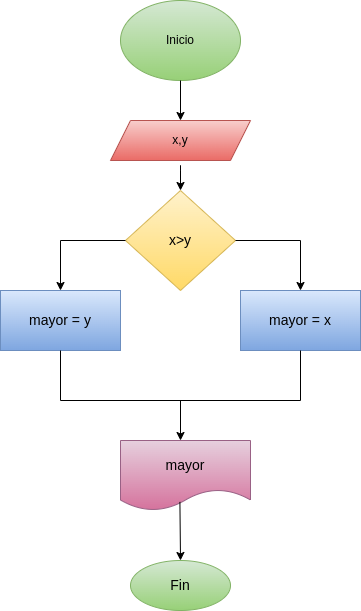
The draw.io diagram diagrama.png in mariaangeli/mayor_2enteros, before a commit. Source tidied: cells renumbered, new cells last; positions are measured from the earlier drawing's top-left corner, leaving out a move shared by most shapes. The source it was exported from:
```xml
<mxGraphModel>
  <root>
    <mxCell id="0" />
    <mxCell id="1" parent="0" />
    <mxCell id="2" value="&lt;font color=&quot;#000000&quot;&gt;Inicio&lt;/font&gt;" style="ellipse;whiteSpace=wrap;html=1;fillColor=#d5e8d4;gradientColor=#97d077;strokeColor=#82b366;" parent="1" vertex="1">
      <mxGeometry x="120" width="120" height="80" as="geometry" />
    </mxCell>
    <mxCell id="3" style="endArrow=classic;html=1;exitX=0.5;exitY=1;exitDx=0;exitDy=0;" parent="1" edge="1" source="2">
      <mxGeometry relative="1" as="geometry">
        <mxPoint x="180" y="120" as="targetPoint" />
      </mxGeometry>
    </mxCell>
    <mxCell id="4" value="&lt;font color=&quot;#000000&quot;&gt;x,y&lt;/font&gt;" style="shape=parallelogram;perimeter=parallelogramPerimeter;whiteSpace=wrap;html=1;fixedSize=1;fillColor=#f8cecc;gradientColor=#ea6b66;strokeColor=#b85450;" parent="1" vertex="1">
      <mxGeometry x="110" y="120" width="140" height="40" as="geometry" />
    </mxCell>
    <mxCell id="5" style="endArrow=classic;html=1;entryX=0.5;entryY=0;entryDx=0;entryDy=0;" parent="1" edge="1" target="6">
      <mxGeometry relative="1" as="geometry">
        <mxPoint x="180" y="180" as="sourcePoint" />
        <Array as="points">
          <mxPoint x="180" y="160" />
        </Array>
      </mxGeometry>
    </mxCell>
    <mxCell id="6" value="&lt;font color=&quot;#000000&quot; style=&quot;font-size: 14px;&quot;&gt;x&amp;gt;y&lt;/font&gt;" style="rhombus;whiteSpace=wrap;html=1;fillColor=#fff2cc;gradientColor=#ffd966;strokeColor=#d6b656;" parent="1" vertex="1">
      <mxGeometry x="125" y="190" width="110" height="100" as="geometry" />
    </mxCell>
    <mxCell id="7" style="endArrow=none;html=1;fontSize=14;exitX=1;exitY=0.5;exitDx=0;exitDy=0;" parent="1" edge="1" source="6">
      <mxGeometry relative="1" as="geometry">
        <mxPoint x="300" y="240" as="targetPoint" />
      </mxGeometry>
    </mxCell>
    <mxCell id="8" style="endArrow=classic;html=1;fontSize=14;" parent="1" edge="1" target="9">
      <mxGeometry relative="1" as="geometry">
        <mxPoint x="300" y="240" as="sourcePoint" />
      </mxGeometry>
    </mxCell>
    <mxCell id="9" value="&lt;font color=&quot;#000000&quot;&gt;mayor = x&lt;/font&gt;" style="rounded=0;whiteSpace=wrap;html=1;fontSize=14;fillColor=#dae8fc;gradientColor=#7ea6e0;strokeColor=#6c8ebf;" parent="1" vertex="1">
      <mxGeometry x="240" y="290" width="120" height="60" as="geometry" />
    </mxCell>
    <mxCell id="10" style="endArrow=none;html=1;fontSize=14;entryX=0;entryY=0.5;entryDx=0;entryDy=0;" parent="1" edge="1" target="6">
      <mxGeometry relative="1" as="geometry">
        <mxPoint x="60" y="240" as="sourcePoint" />
      </mxGeometry>
    </mxCell>
    <mxCell id="11" style="endArrow=classic;html=1;fontSize=14;" parent="1" edge="1" target="12">
      <mxGeometry relative="1" as="geometry">
        <mxPoint x="60" y="240" as="sourcePoint" />
      </mxGeometry>
    </mxCell>
    <mxCell id="12" value="&lt;font color=&quot;#000000&quot;&gt;mayor = y&lt;/font&gt;" style="rounded=0;whiteSpace=wrap;html=1;fontSize=14;fillColor=#dae8fc;gradientColor=#7ea6e0;strokeColor=#6c8ebf;" parent="1" vertex="1">
      <mxGeometry y="290" width="120" height="60" as="geometry" />
    </mxCell>
    <mxCell id="13" style="endArrow=none;html=1;fontSize=14;entryX=0.5;entryY=1;entryDx=0;entryDy=0;" parent="1" edge="1" target="9">
      <mxGeometry relative="1" as="geometry">
        <mxPoint x="300" y="400" as="sourcePoint" />
      </mxGeometry>
    </mxCell>
    <mxCell id="14" style="endArrow=none;html=1;fontSize=14;exitX=0.5;exitY=1;exitDx=0;exitDy=0;" parent="1" edge="1" source="12">
      <mxGeometry relative="1" as="geometry">
        <mxPoint x="60" y="400" as="targetPoint" />
      </mxGeometry>
    </mxCell>
    <mxCell id="15" style="endArrow=none;html=1;fontSize=14;" parent="1" edge="1">
      <mxGeometry relative="1" as="geometry">
        <mxPoint x="60" y="400" as="sourcePoint" />
        <mxPoint x="300" y="400" as="targetPoint" />
      </mxGeometry>
    </mxCell>
    <mxCell id="16" style="endArrow=classic;html=1;fontSize=14;" parent="1" edge="1">
      <mxGeometry relative="1" as="geometry">
        <mxPoint x="180" y="400" as="sourcePoint" />
        <mxPoint x="180" y="440" as="targetPoint" />
      </mxGeometry>
    </mxCell>
    <mxCell id="17" value="&lt;font color=&quot;#000000&quot;&gt;mayor&lt;/font&gt;" style="shape=document;whiteSpace=wrap;html=1;boundedLbl=1;fontSize=14;fillColor=#e6d0de;gradientColor=#d5739d;strokeColor=#996185;" parent="1" vertex="1">
      <mxGeometry x="120" y="440" width="130" height="70" as="geometry" />
    </mxCell>
    <mxCell id="18" style="endArrow=classic;html=1;fontSize=14;exitX=0.457;exitY=0.877;exitDx=0;exitDy=0;exitPerimeter=0;" parent="1" edge="1" source="17">
      <mxGeometry relative="1" as="geometry">
        <mxPoint x="180" y="560" as="targetPoint" />
      </mxGeometry>
    </mxCell>
    <mxCell id="19" value="&lt;font color=&quot;#000000&quot;&gt;Fin&lt;/font&gt;" style="ellipse;whiteSpace=wrap;html=1;fontSize=14;fillColor=#d5e8d4;gradientColor=#97d077;strokeColor=#82b366;" parent="1" vertex="1">
      <mxGeometry x="130" y="560" width="100" height="50" as="geometry" />
    </mxCell>
  </root>
</mxGraphModel>
```
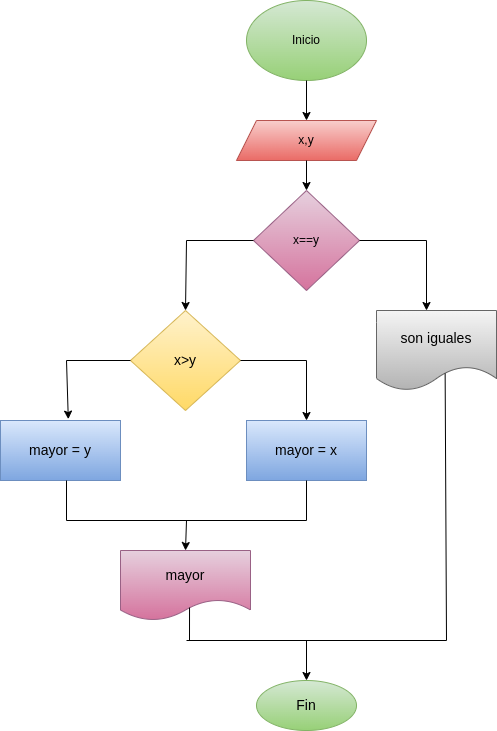
The same file after the commit.

Commit message:
Se agrego diagrama, programa y README

The edit, as a diff of the source:
```diff
@@ -13,75 +13,113 @@
     <mxCell id="4" value="&lt;font color=&quot;#000000&quot;&gt;x,y&lt;/font&gt;" style="shape=parallelogram;perimeter=parallelogramPerimeter;whiteSpace=wrap;html=1;fixedSize=1;fillColor=#f8cecc;gradientColor=#ea6b66;strokeColor=#b85450;" parent="1" vertex="1">
       <mxGeometry x="110" y="120" width="140" height="40" as="geometry" />
     </mxCell>
-    <mxCell id="5" style="endArrow=classic;html=1;entryX=0.5;entryY=0;entryDx=0;entryDy=0;" parent="1" edge="1" target="6">
-      <mxGeometry relative="1" as="geometry">
-        <mxPoint x="180" y="180" as="sourcePoint" />
-        <Array as="points">
-          <mxPoint x="180" y="160" />
-        </Array>
-      </mxGeometry>
-    </mxCell>
+    <mxCell id="9" value="&lt;font color=&quot;#000000&quot;&gt;mayor = x&lt;/font&gt;" style="rounded=0;whiteSpace=wrap;html=1;fontSize=14;fillColor=#dae8fc;gradientColor=#7ea6e0;strokeColor=#6c8ebf;" parent="1" vertex="1">
+      <mxGeometry x="120" y="420" width="120" height="60" as="geometry" />
+    </mxCell>
+    <mxCell id="12" value="&lt;font color=&quot;#000000&quot;&gt;mayor = y&lt;/font&gt;" style="rounded=0;whiteSpace=wrap;html=1;fontSize=14;fillColor=#dae8fc;gradientColor=#7ea6e0;strokeColor=#6c8ebf;" parent="1" vertex="1">
+      <mxGeometry x="-126" y="420" width="120" height="60" as="geometry" />
+    </mxCell>
+    <mxCell id="17" value="&lt;font color=&quot;#000000&quot;&gt;mayor&lt;/font&gt;" style="shape=document;whiteSpace=wrap;html=1;boundedLbl=1;fontSize=14;fillColor=#e6d0de;gradientColor=#d5739d;strokeColor=#996185;" parent="1" vertex="1">
+      <mxGeometry x="-6" y="550" width="130" height="70" as="geometry" />
+    </mxCell>
+    <mxCell id="19" value="&lt;font color=&quot;#000000&quot;&gt;Fin&lt;/font&gt;" style="ellipse;whiteSpace=wrap;html=1;fontSize=14;fillColor=#d5e8d4;gradientColor=#97d077;strokeColor=#82b366;" parent="1" vertex="1">
+      <mxGeometry x="130" y="680" width="100" height="50" as="geometry" />
+    </mxCell>
     <mxCell id="6" value="&lt;font color=&quot;#000000&quot; style=&quot;font-size: 14px;&quot;&gt;x&amp;gt;y&lt;/font&gt;" style="rhombus;whiteSpace=wrap;html=1;fillColor=#fff2cc;gradientColor=#ffd966;strokeColor=#d6b656;" parent="1" vertex="1">
-      <mxGeometry x="125" y="190" width="110" height="100" as="geometry" />
+      <mxGeometry x="4" y="310" width="110" height="100" as="geometry" />
     </mxCell>
-    <mxCell id="7" style="endArrow=none;html=1;fontSize=14;exitX=1;exitY=0.5;exitDx=0;exitDy=0;" parent="1" edge="1" source="6">
-      <mxGeometry relative="1" as="geometry">
-        <mxPoint x="300" y="240" as="targetPoint" />
-      </mxGeometry>
-    </mxCell>
-    <mxCell id="8" style="endArrow=classic;html=1;fontSize=14;" parent="1" edge="1" target="9">
-      <mxGeometry relative="1" as="geometry">
-        <mxPoint x="300" y="240" as="sourcePoint" />
-      </mxGeometry>
-    </mxCell>
-    <mxCell id="9" value="&lt;font color=&quot;#000000&quot;&gt;mayor = x&lt;/font&gt;" style="rounded=0;whiteSpace=wrap;html=1;fontSize=14;fillColor=#dae8fc;gradientColor=#7ea6e0;strokeColor=#6c8ebf;" parent="1" vertex="1">
-      <mxGeometry x="240" y="290" width="120" height="60" as="geometry" />
-    </mxCell>
-    <mxCell id="10" style="endArrow=none;html=1;fontSize=14;entryX=0;entryY=0.5;entryDx=0;entryDy=0;" parent="1" edge="1" target="6">
-      <mxGeometry relative="1" as="geometry">
-        <mxPoint x="60" y="240" as="sourcePoint" />
-      </mxGeometry>
-    </mxCell>
-    <mxCell id="11" style="endArrow=classic;html=1;fontSize=14;" parent="1" edge="1" target="12">
-      <mxGeometry relative="1" as="geometry">
-        <mxPoint x="60" y="240" as="sourcePoint" />
-      </mxGeometry>
-    </mxCell>
-    <mxCell id="12" value="&lt;font color=&quot;#000000&quot;&gt;mayor = y&lt;/font&gt;" style="rounded=0;whiteSpace=wrap;html=1;fontSize=14;fillColor=#dae8fc;gradientColor=#7ea6e0;strokeColor=#6c8ebf;" parent="1" vertex="1">
-      <mxGeometry y="290" width="120" height="60" as="geometry" />
-    </mxCell>
-    <mxCell id="13" style="endArrow=none;html=1;fontSize=14;entryX=0.5;entryY=1;entryDx=0;entryDy=0;" parent="1" edge="1" target="9">
-      <mxGeometry relative="1" as="geometry">
-        <mxPoint x="300" y="400" as="sourcePoint" />
-      </mxGeometry>
-    </mxCell>
-    <mxCell id="14" style="endArrow=none;html=1;fontSize=14;exitX=0.5;exitY=1;exitDx=0;exitDy=0;" parent="1" edge="1" source="12">
-      <mxGeometry relative="1" as="geometry">
-        <mxPoint x="60" y="400" as="targetPoint" />
-      </mxGeometry>
-    </mxCell>
-    <mxCell id="15" style="endArrow=none;html=1;fontSize=14;" parent="1" edge="1">
-      <mxGeometry relative="1" as="geometry">
-        <mxPoint x="60" y="400" as="sourcePoint" />
-        <mxPoint x="300" y="400" as="targetPoint" />
-      </mxGeometry>
-    </mxCell>
-    <mxCell id="16" style="endArrow=classic;html=1;fontSize=14;" parent="1" edge="1">
-      <mxGeometry relative="1" as="geometry">
-        <mxPoint x="180" y="400" as="sourcePoint" />
-        <mxPoint x="180" y="440" as="targetPoint" />
-      </mxGeometry>
-    </mxCell>
-    <mxCell id="17" value="&lt;font color=&quot;#000000&quot;&gt;mayor&lt;/font&gt;" style="shape=document;whiteSpace=wrap;html=1;boundedLbl=1;fontSize=14;fillColor=#e6d0de;gradientColor=#d5739d;strokeColor=#996185;" parent="1" vertex="1">
-      <mxGeometry x="120" y="440" width="130" height="70" as="geometry" />
-    </mxCell>
-    <mxCell id="18" style="endArrow=classic;html=1;fontSize=14;exitX=0.457;exitY=0.877;exitDx=0;exitDy=0;exitPerimeter=0;" parent="1" edge="1" source="17">
-      <mxGeometry relative="1" as="geometry">
-        <mxPoint x="180" y="560" as="targetPoint" />
-      </mxGeometry>
-    </mxCell>
-    <mxCell id="19" value="&lt;font color=&quot;#000000&quot;&gt;Fin&lt;/font&gt;" style="ellipse;whiteSpace=wrap;html=1;fontSize=14;fillColor=#d5e8d4;gradientColor=#97d077;strokeColor=#82b366;" parent="1" vertex="1">
-      <mxGeometry x="130" y="560" width="100" height="50" as="geometry" />
-    </mxCell>
+    <mxCell id="20" style="endArrow=classic;html=1;exitX=0.5;exitY=1;exitDx=0;exitDy=0;" parent="1" edge="1" source="4" target="21">
+      <mxGeometry relative="1" as="geometry" />
+    </mxCell>
+    <mxCell id="21" value="&lt;font color=&quot;#000000&quot;&gt;x==y&lt;/font&gt;" style="rhombus;whiteSpace=wrap;html=1;fillColor=#e6d0de;gradientColor=#d5739d;strokeColor=#996185;" parent="1" vertex="1">
+      <mxGeometry x="127" y="190" width="106" height="100" as="geometry" />
+    </mxCell>
+    <mxCell id="22" value="&lt;font style=&quot;font-size: 14px;&quot; color=&quot;#000000&quot;&gt;son iguales&lt;/font&gt;" style="shape=document;whiteSpace=wrap;html=1;boundedLbl=1;fillColor=#f5f5f5;gradientColor=#b3b3b3;strokeColor=#666666;" parent="1" vertex="1">
+      <mxGeometry x="250" y="310" width="120" height="80" as="geometry" />
+    </mxCell>
+    <mxCell id="23" style="endArrow=none;html=1;fontSize=14;fontColor=#000000;entryX=0;entryY=0.5;entryDx=0;entryDy=0;" parent="1" edge="1" target="21">
+      <mxGeometry relative="1" as="geometry">
+        <mxPoint x="60" y="240" as="sourcePoint" />
+      </mxGeometry>
+    </mxCell>
+    <mxCell id="24" style="endArrow=classic;html=1;fontSize=14;fontColor=#000000;entryX=0.5;entryY=0;entryDx=0;entryDy=0;" parent="1" edge="1" target="6">
+      <mxGeometry relative="1" as="geometry">
+        <mxPoint x="60" y="240" as="sourcePoint" />
+      </mxGeometry>
+    </mxCell>
+    <mxCell id="25" style="endArrow=none;html=1;fontSize=14;fontColor=#000000;entryX=1;entryY=0.5;entryDx=0;entryDy=0;" parent="1" edge="1" target="21">
+      <mxGeometry relative="1" as="geometry">
+        <mxPoint x="300" y="240" as="sourcePoint" />
+      </mxGeometry>
+    </mxCell>
+    <mxCell id="26" style="endArrow=classic;html=1;fontSize=14;fontColor=#000000;" parent="1" edge="1">
+      <mxGeometry relative="1" as="geometry">
+        <mxPoint x="300" y="240" as="sourcePoint" />
+        <mxPoint x="300" y="310" as="targetPoint" />
+      </mxGeometry>
+    </mxCell>
+    <mxCell id="27" style="endArrow=none;html=1;fontSize=14;fontColor=#000000;entryX=1;entryY=0.5;entryDx=0;entryDy=0;" parent="1" edge="1" target="6">
+      <mxGeometry relative="1" as="geometry">
+        <mxPoint x="180" y="360" as="sourcePoint" />
+      </mxGeometry>
+    </mxCell>
+    <mxCell id="28" style="endArrow=none;html=1;fontSize=14;fontColor=#000000;exitX=0;exitY=0.5;exitDx=0;exitDy=0;" parent="1" edge="1" source="6">
+      <mxGeometry relative="1" as="geometry">
+        <mxPoint x="-60" y="360" as="targetPoint" />
+      </mxGeometry>
+    </mxCell>
+    <mxCell id="29" style="endArrow=classic;html=1;fontSize=14;fontColor=#000000;entryX=0.5;entryY=0;entryDx=0;entryDy=0;" parent="1" edge="1" target="9">
+      <mxGeometry relative="1" as="geometry">
+        <mxPoint x="180" y="360" as="sourcePoint" />
+      </mxGeometry>
+    </mxCell>
+    <mxCell id="30" style="endArrow=classic;html=1;fontSize=14;fontColor=#000000;entryX=0.565;entryY=-0.023;entryDx=0;entryDy=0;entryPerimeter=0;" parent="1" edge="1" target="12">
+      <mxGeometry relative="1" as="geometry">
+        <mxPoint x="-60" y="360" as="sourcePoint" />
+      </mxGeometry>
+    </mxCell>
+    <mxCell id="31" style="endArrow=none;html=1;fontSize=14;fontColor=#000000;entryX=0.572;entryY=0.788;entryDx=0;entryDy=0;entryPerimeter=0;" parent="1" edge="1" target="22">
+      <mxGeometry relative="1" as="geometry">
+        <mxPoint x="320" y="640" as="sourcePoint" />
+      </mxGeometry>
+    </mxCell>
+    <mxCell id="32" style="endArrow=none;html=1;fontSize=14;fontColor=#000000;entryX=0.5;entryY=1;entryDx=0;entryDy=0;" parent="1" edge="1" target="9">
+      <mxGeometry relative="1" as="geometry">
+        <mxPoint x="180" y="520" as="sourcePoint" />
+      </mxGeometry>
+    </mxCell>
+    <mxCell id="33" style="endArrow=none;html=1;fontSize=14;fontColor=#000000;" parent="1" edge="1">
+      <mxGeometry relative="1" as="geometry">
+        <mxPoint x="-60" y="480" as="sourcePoint" />
+        <mxPoint x="-60" y="520" as="targetPoint" />
+      </mxGeometry>
+    </mxCell>
+    <mxCell id="34" style="endArrow=none;html=1;fontSize=14;fontColor=#000000;" parent="1" edge="1">
+      <mxGeometry relative="1" as="geometry">
+        <mxPoint x="-60" y="520" as="sourcePoint" />
+        <mxPoint x="180" y="520" as="targetPoint" />
+      </mxGeometry>
+    </mxCell>
+    <mxCell id="35" style="endArrow=classic;html=1;fontSize=14;fontColor=#000000;entryX=0.5;entryY=0;entryDx=0;entryDy=0;" parent="1" edge="1" target="17">
+      <mxGeometry relative="1" as="geometry">
+        <mxPoint x="60" y="520" as="sourcePoint" />
+      </mxGeometry>
+    </mxCell>
+    <mxCell id="36" style="endArrow=none;html=1;fontSize=14;fontColor=#000000;exitX=0.531;exitY=0.815;exitDx=0;exitDy=0;exitPerimeter=0;" parent="1" edge="1" source="17">
+      <mxGeometry relative="1" as="geometry">
+        <mxPoint x="63" y="640" as="targetPoint" />
+      </mxGeometry>
+    </mxCell>
+    <mxCell id="37" style="endArrow=none;html=1;fontSize=14;fontColor=#000000;" parent="1" edge="1">
+      <mxGeometry relative="1" as="geometry">
+        <mxPoint x="60" y="640" as="sourcePoint" />
+        <mxPoint x="320" y="640" as="targetPoint" />
+      </mxGeometry>
+    </mxCell>
+    <mxCell id="38" style="endArrow=classic;html=1;fontSize=14;fontColor=#000000;entryX=0.5;entryY=0;entryDx=0;entryDy=0;" parent="1" edge="1" target="19">
+      <mxGeometry relative="1" as="geometry">
+        <mxPoint x="180" y="640" as="sourcePoint" />
+      </mxGeometry>
+    </mxCell>
   </root>
 </mxGraphModel>
```
